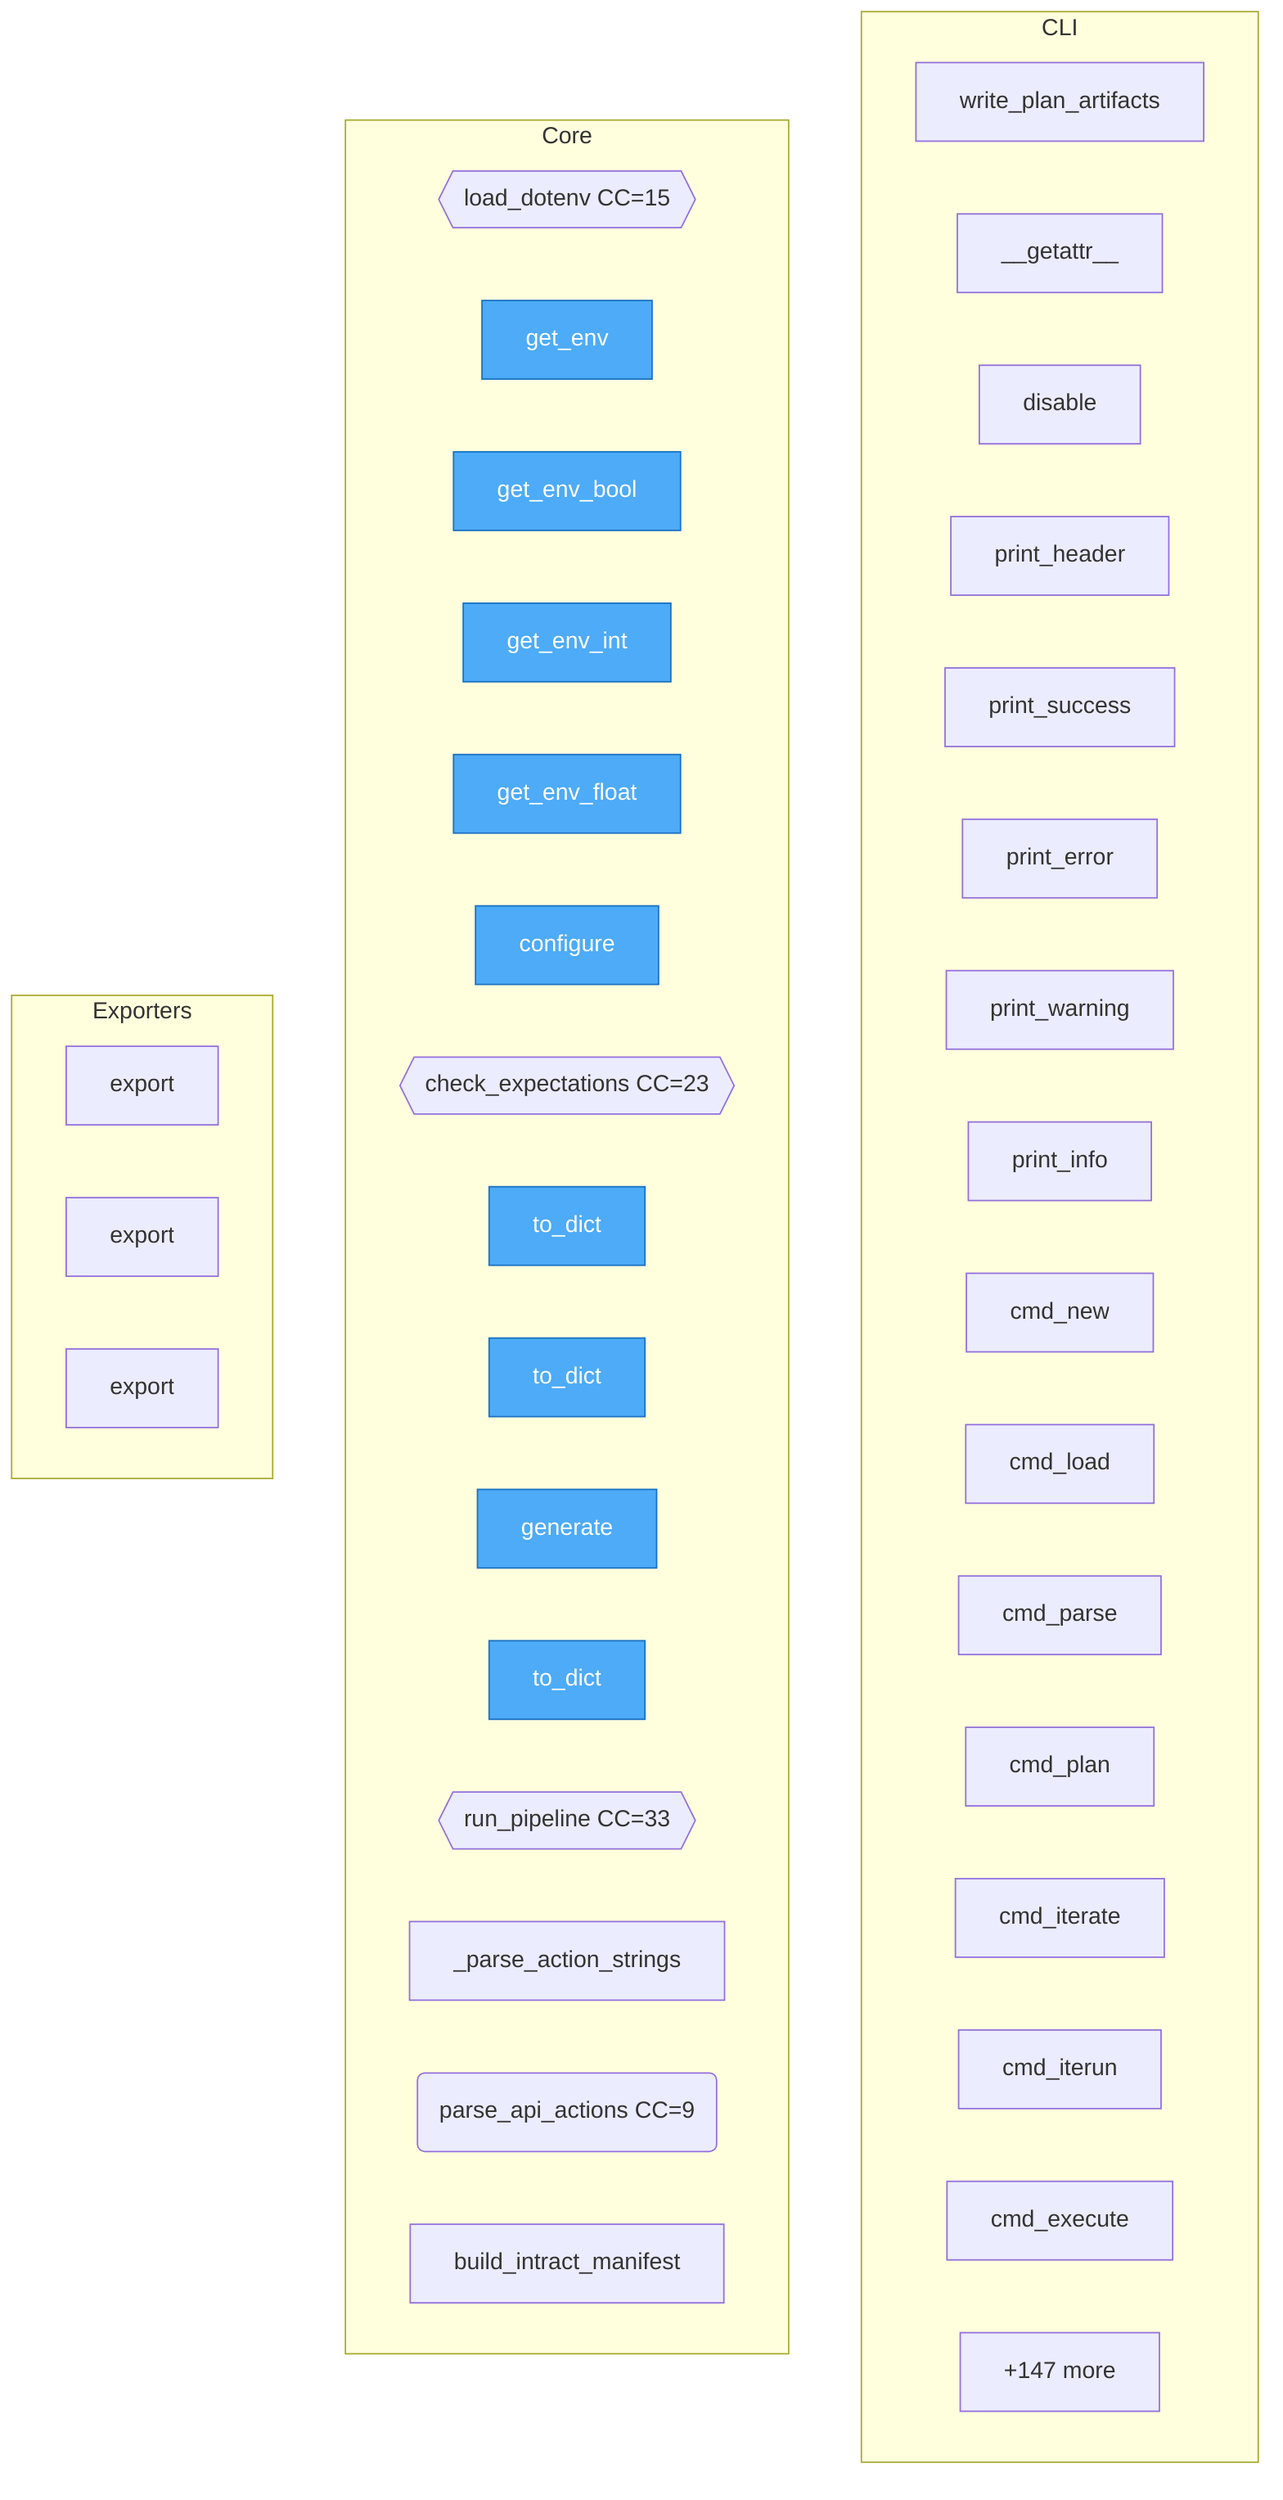
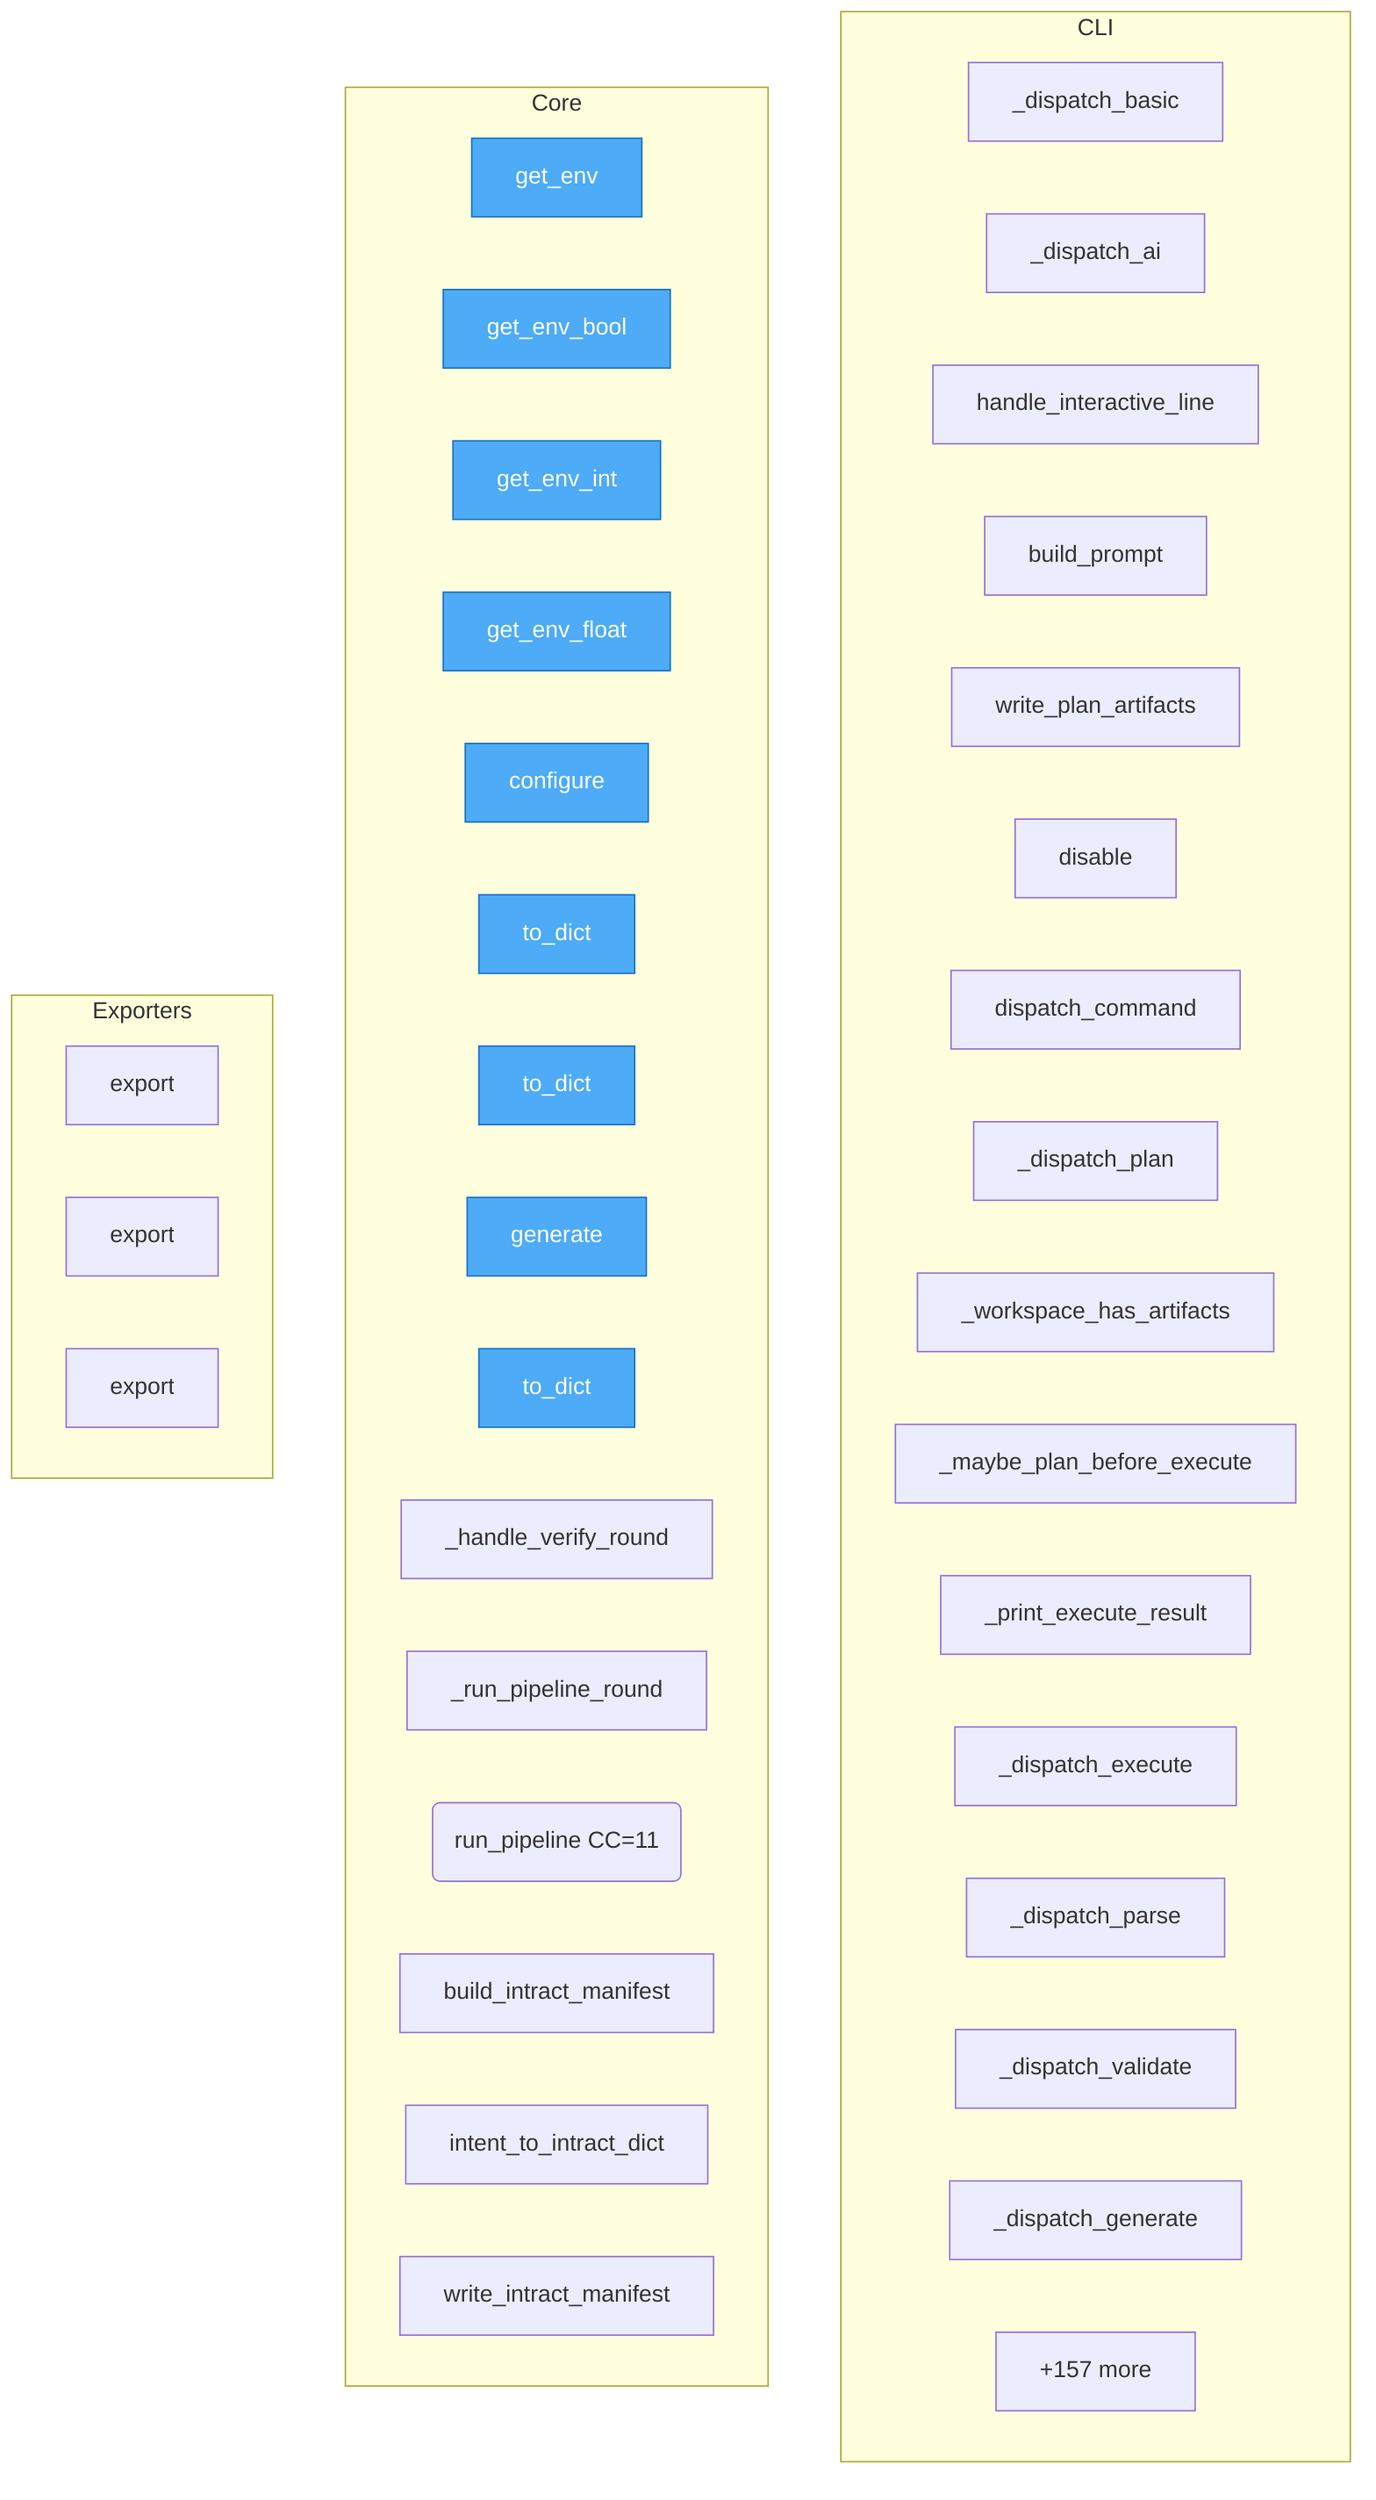
flowchart TD
%% generated in 0.01s

    %% Entry points (blue)
    classDef entry fill:#4dabf7,stroke:#1971c2,color:#fff

    subgraph CLI
+         cli__shell_interactive___dispatch_basic["_dispatch_basic"]
+         cli__shell_interactive___dispatch_ai["_dispatch_ai"]
+         cli__shell_interactive__handle_interactive_line["handle_interactive_line"]
+         cli__shell_interactive__build_prompt["build_prompt"]
        cli__plan_artifacts__write_plan_artifacts["write_plan_artifacts"]
-         cli____getattr__["__getattr__"]
-         cli__shell__Colors__disable["disable"]
-         cli__shell__CLI__print_header["print_header"]
-         cli__shell__CLI__print_success["print_success"]
-         cli__shell__CLI__print_error["print_error"]
-         cli__shell__CLI__print_warning["print_warning"]
-         cli__shell__CLI__print_info["print_info"]
-         cli__shell__CLI__cmd_new["cmd_new"]
-         cli__shell__CLI__cmd_load["cmd_load"]
-         cli__shell__CLI__cmd_parse["cmd_parse"]
-         cli__shell__CLI__cmd_plan["cmd_plan"]
-         cli__shell__CLI__cmd_iterate["cmd_iterate"]
-         cli__shell__CLI__cmd_iterun["cmd_iterun"]
-         cli__shell__CLI__cmd_execute["cmd_execute"]
-         ...["+35 more"]
+         cli__colors__Colors__disable["disable"]
+         cli__dispatch__dispatch_command["dispatch_command"]
+         cli__dispatch___dispatch_plan["_dispatch_plan"]
+         cli__dispatch___workspace_has_artifacts["_workspace_has_artifacts"]
+         cli__dispatch___maybe_plan_before_execute["_maybe_plan_before_execute"]
+         cli__dispatch___print_execute_result["_print_execute_result"]
+         cli__dispatch___dispatch_execute["_dispatch_execute"]
+         cli__dispatch___dispatch_parse["_dispatch_parse"]
+         cli__dispatch___dispatch_validate["_dispatch_validate"]
+         cli__dispatch___dispatch_generate["_dispatch_generate"]
+         ...["+54 more"]
    end

    subgraph Core
-         config__load_dotenv{{load_dotenv CC=15}}
        config__get_env["get_env"]
        config__get_env_bool["get_env_bool"]
        config__get_env_int["get_env_int"]
        config__get_env_float["get_env_float"]
        config__configure["configure"]
-         generator__expectations__check_expectations{{check_expectations CC=23}}
        generator__intent_generator__GenerateAttempt__to_dict["to_dict"]
        generator__intent_generator__GenerateResult__to_dict["to_dict"]
        generator__intent_generator__IntentGenerator__generate["generate"]
-         generator__pipeline__PipelineResult__to_dict["to_dict"]
-         generator__pipeline__run_pipeline{{run_pipeline CC=33}}
-         generator__intract_manifest___parse_action_strings["_parse_action_strings"]
-         generator__intract_manifest__parse_api_actions("parse_api_actions CC=9")
+         generator__results__PipelineResult__to_dict["to_dict"]
+         generator__pipeline___handle_verify_round["_handle_verify_round"]
+         generator__pipeline___run_pipeline_round["_run_pipeline_round"]
+         generator__pipeline__run_pipeline("run_pipeline CC=11")
        generator__intract_manifest__build_intract_manifest["build_intract_manifest"]
-         ...["+147 more"]
+         generator__intract_manifest__intent_to_intract_dict["intent_to_intract_dict"]
+         generator__intract_manifest__write_intract_manifest["write_intract_manifest"]
+         ...["+157 more"]
    end

    subgraph Exporters
        integrations__adapters__base__RegistryExporter__export["export"]
        integrations__adapters__backstage__BackstageExporter__export["export"]
        integrations__adapters__opentelemetry__OpenTelemetryExporter__export["export"]
    end

-     class config__get_env,config__get_env_bool,config__get_env_int,config__get_env_float,config__configure,generator__intent_generator__GenerateAttempt__to_dict,generator__intent_generator__GenerateResult__to_dict,generator__intent_generator__IntentGenerator__generate,generator__pipeline__PipelineResult__to_dict,generator__contract_verify__VerifyResult__to_dict entry
+     class config__get_env,config__get_env_bool,config__get_env_int,config__get_env_float,config__configure,generator__intent_generator__GenerateAttempt__to_dict,generator__intent_generator__GenerateResult__to_dict,generator__intent_generator__IntentGenerator__generate,generator__results__PipelineResult__to_dict,generator__contract_verify__VerifyResult__to_dict entry
